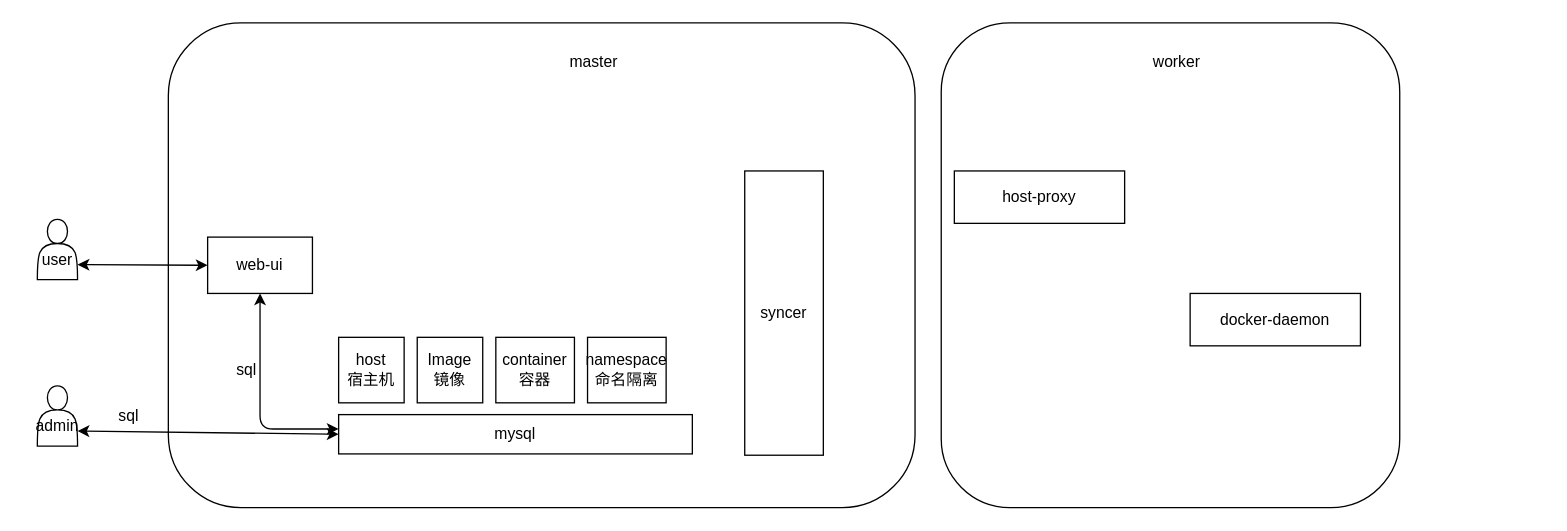
The draw.io diagram doc/docker_ql.drawio in fourquadrantlogger/docker_ql, before the edit. Source tidied: cells renumbered, new cells numbered last; positions are measured from the earlier drawing's top-left corner, leaving out a move shared by most shapes. Both pictures are drawn from the tidied source at 131%, with x=0, y=0 at pixel (37, 22).
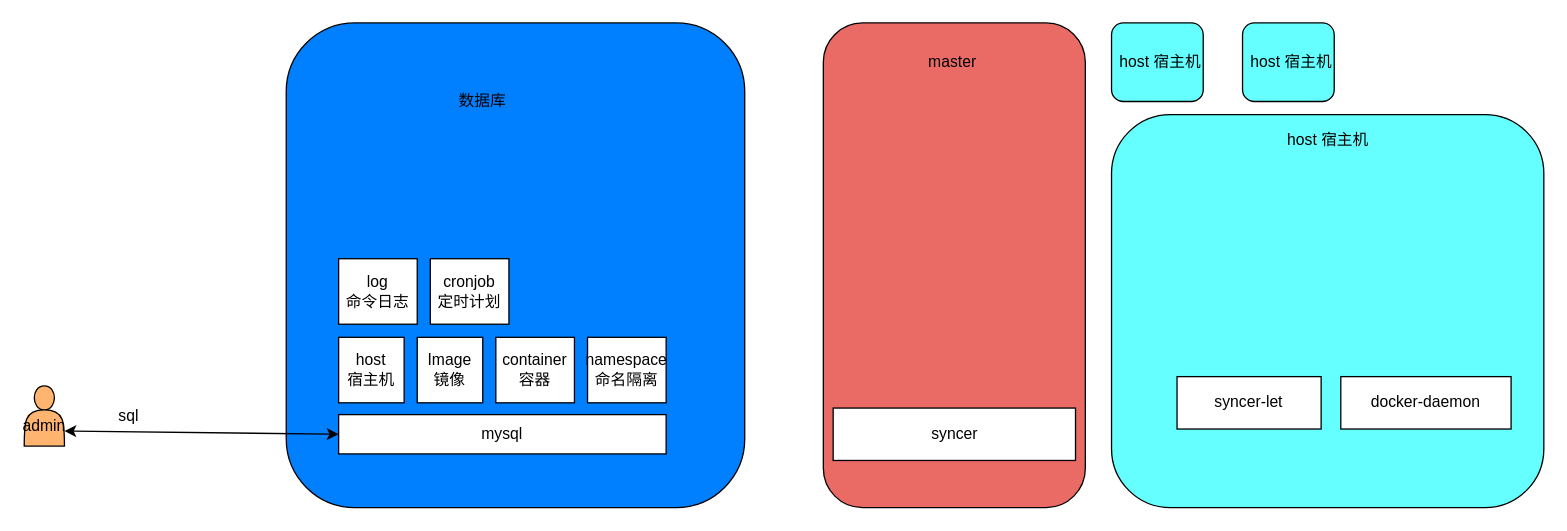
Above is the later version.

The edit, as a diff of the source:
```diff
@@
+    <mxCell id="22" style="rounded=1;whiteSpace=wrap;html=1;fillColor=#EA6B66;" parent="1" vertex="1">
+      <mxGeometry x="600" width="200" height="370" as="geometry" />
+    </mxCell>
-    <mxCell id="2" style="rounded=1;whiteSpace=wrap;html=1;" parent="1" vertex="1">
-      <mxGeometry x="690" width="350" height="370" as="geometry" />
+    <mxCell id="2" style="rounded=1;whiteSpace=wrap;html=1;fillColor=#66FFFF;" parent="1" vertex="1">
+      <mxGeometry x="820" y="70" width="330" height="300" as="geometry" />
     </mxCell>
-    <mxCell id="3" style="rounded=1;whiteSpace=wrap;html=1;" parent="1" vertex="1">
-      <mxGeometry x="100" width="570" height="370" as="geometry" />
+    <mxCell id="3" style="rounded=1;whiteSpace=wrap;html=1;fillColor=#007FFF;" parent="1" vertex="1">
+      <mxGeometry x="190" width="350" height="370" as="geometry" />
     </mxCell>
     <mxCell id="4" value="mysql" style="rounded=0;whiteSpace=wrap;html=1;" parent="1" vertex="1">
-      <mxGeometry x="230" y="299" width="270" height="30" as="geometry" />
+      <mxGeometry x="230" y="299" width="250" height="30" as="geometry" />
     </mxCell>
@@
-    <mxCell id="11" value="&lt;br&gt;admin" style="shape=actor;whiteSpace=wrap;html=1;" parent="1" vertex="1">
-      <mxGeometry y="277" width="30.7" height="46" as="geometry" />
+    <mxCell id="11" value="&lt;br&gt;admin" style="shape=actor;whiteSpace=wrap;html=1;fillColor=#FFB570;" parent="1" vertex="1">
+      <mxGeometry x="-10" y="277" width="30.7" height="46" as="geometry" />
     </mxCell>
-    <mxCell id="12" value="&lt;br&gt;user" style="shape=actor;whiteSpace=wrap;html=1;" parent="1" vertex="1">
-      <mxGeometry y="150" width="30.7" height="46" as="geometry" />
-    </mxCell>
-    <mxCell id="13" value="web-ui" style="rounded=0;whiteSpace=wrap;html=1;" parent="1" vertex="1">
-      <mxGeometry x="130" y="163.5" width="80" height="43" as="geometry" />
-    </mxCell>
-    <mxCell id="14" style="endArrow=classic;startArrow=classic;html=1;edgeStyle=orthogonalEdgeStyle;exitX=0.5;exitY=1;exitDx=0;exitDy=0;" parent="1" edge="1" source="13">
-      <mxGeometry relative="1" as="geometry">
-        <mxPoint x="230" y="310" as="targetPoint" />
-        <Array as="points">
-          <mxPoint x="170" y="310" />
-        </Array>
-      </mxGeometry>
-    </mxCell>
     <mxCell id="15" value="syncer" style="rounded=0;whiteSpace=wrap;html=1;" parent="1" vertex="1">
-      <mxGeometry x="540" y="113" width="60" height="217" as="geometry" />
+      <mxGeometry x="607.5" y="294" width="185" height="40" as="geometry" />
     </mxCell>
-    <mxCell id="16" value="host-proxy" style="rounded=0;whiteSpace=wrap;html=1;" parent="1" vertex="1">
-      <mxGeometry x="700" y="113" width="130" height="40" as="geometry" />
+    <mxCell id="16" value="syncer-let" style="rounded=0;whiteSpace=wrap;html=1;" parent="1" vertex="1">
+      <mxGeometry x="870" y="270" width="110" height="40" as="geometry" />
     </mxCell>
-    <mxCell id="17" value="master" style="text;html=1;strokeColor=none;fillColor=none;align=center;verticalAlign=middle;whiteSpace=wrap;rounded=0;" parent="1" vertex="1">
-      <mxGeometry x="405" y="20" width="40" height="20" as="geometry" />
+    <mxCell id="17" value="数据库" style="text;html=1;strokeColor=none;fillColor=none;align=center;verticalAlign=middle;whiteSpace=wrap;rounded=0;" parent="1" vertex="1">
+      <mxGeometry x="320" y="50" width="40" height="20" as="geometry" />
     </mxCell>
-    <mxCell id="18" style="endArrow=classic;startArrow=classic;html=1;entryX=0;entryY=0.5;entryDx=0;entryDy=0;exitX=1;exitY=0.75;exitDx=0;exitDy=0;" parent="1" edge="1" source="12" target="13">
-      <mxGeometry relative="1" as="geometry" />
-    </mxCell>
-    <mxCell id="19" value="sql" style="text;html=1;strokeColor=none;fillColor=none;align=center;verticalAlign=middle;whiteSpace=wrap;rounded=0;" parent="1" vertex="1">
-      <mxGeometry x="140" y="255" width="40" height="20" as="geometry" />
-    </mxCell>
     <mxCell id="20" value="docker-daemon" style="rounded=0;whiteSpace=wrap;html=1;" parent="1" vertex="1">
-      <mxGeometry x="880" y="206.5" width="130" height="40" as="geometry" />
+      <mxGeometry x="995" y="270" width="130" height="40" as="geometry" />
     </mxCell>
-    <mxCell id="21" value="worker" style="text;html=1;strokeColor=none;fillColor=none;align=center;verticalAlign=middle;whiteSpace=wrap;rounded=0;" parent="1" vertex="1">
-      <mxGeometry x="850" y="20" width="40" height="20" as="geometry" />
+    <mxCell id="21" value="host&amp;nbsp;宿主机" style="text;html=1;strokeColor=none;fillColor=none;align=center;verticalAlign=middle;whiteSpace=wrap;rounded=0;" parent="1" vertex="1">
+      <mxGeometry x="947.5" y="80" width="75" height="20" as="geometry" />
     </mxCell>
+    <mxCell id="23" style="rounded=1;whiteSpace=wrap;html=1;fillColor=#66FFFF;" parent="1" vertex="1">
+      <mxGeometry x="820" width="70" height="60" as="geometry" />
+    </mxCell>
+    <mxCell id="24" style="rounded=1;whiteSpace=wrap;html=1;fillColor=#66FFFF;" parent="1" vertex="1">
+      <mxGeometry x="920" width="70" height="60" as="geometry" />
+    </mxCell>
+    <mxCell id="25" value="host&amp;nbsp;宿主机" style="text;html=1;strokeColor=none;fillColor=none;align=center;verticalAlign=middle;whiteSpace=wrap;rounded=0;" parent="1" vertex="1">
+      <mxGeometry x="820" y="20" width="75" height="20" as="geometry" />
+    </mxCell>
+    <mxCell id="26" value="host&amp;nbsp;宿主机" style="text;html=1;strokeColor=none;fillColor=none;align=center;verticalAlign=middle;whiteSpace=wrap;rounded=0;" parent="1" vertex="1">
+      <mxGeometry x="920" y="20" width="75" height="20" as="geometry" />
+    </mxCell>
+    <mxCell id="27" value="master&amp;nbsp;" style="text;html=1;strokeColor=none;fillColor=none;align=center;verticalAlign=middle;whiteSpace=wrap;rounded=0;" parent="1" vertex="1">
+      <mxGeometry x="662.5" y="20" width="75" height="20" as="geometry" />
+    </mxCell>
+    <mxCell id="28" value="log&lt;br&gt;命令日志" style="rounded=0;whiteSpace=wrap;html=1;" parent="1" vertex="1">
+      <mxGeometry x="230" y="180" width="60" height="50" as="geometry" />
+    </mxCell>
+    <mxCell id="29" value="cronjob&lt;br&gt;定时计划" style="rounded=0;whiteSpace=wrap;html=1;" parent="1" vertex="1">
+      <mxGeometry x="300" y="180" width="60" height="50" as="geometry" />
+    </mxCell>
```
